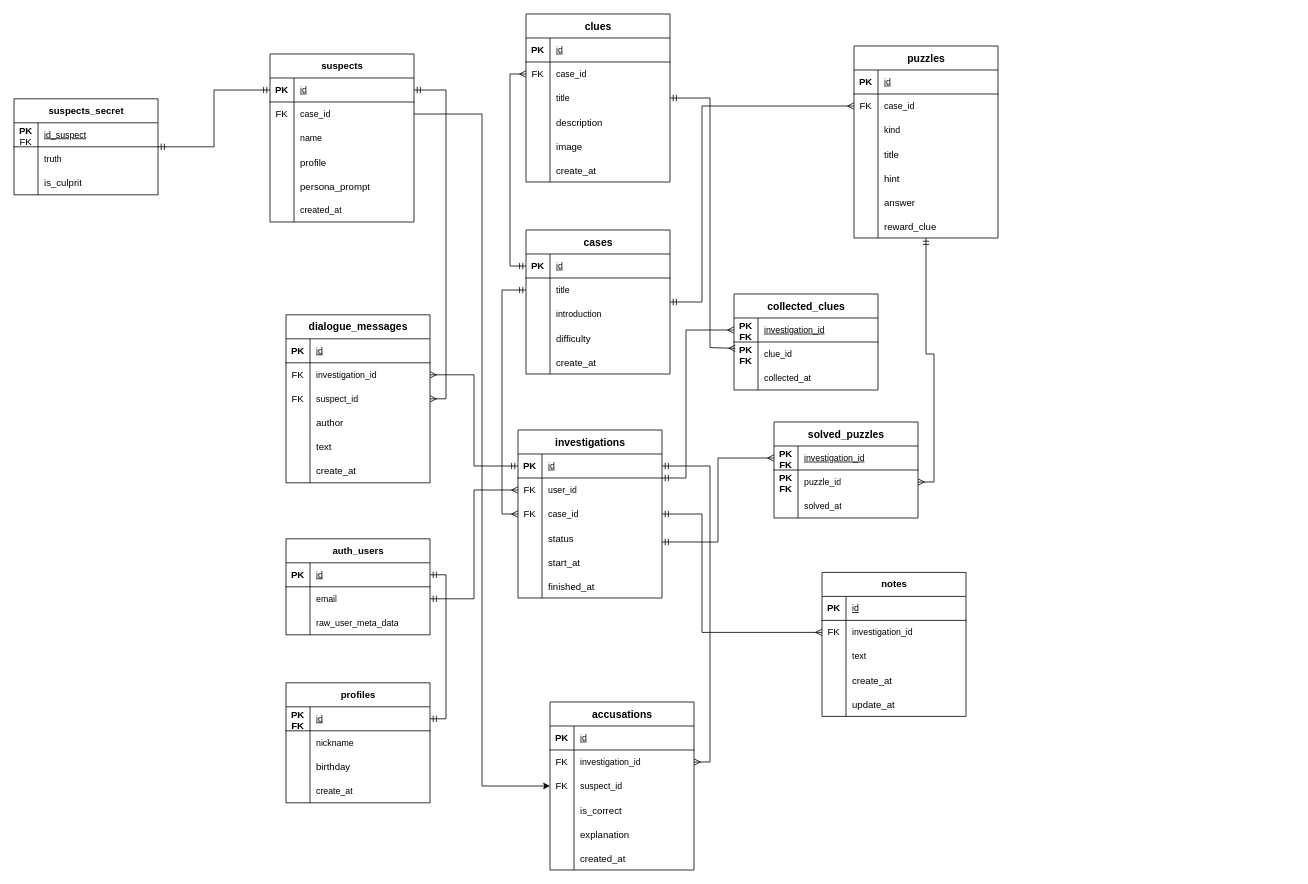
Before: Documentation/er-диаграмма для бд.drawio in rerazin-off/ColdTrail, a draw.io diagram. Source tidied: cells renumbered, new cells numbered last; positions are measured from the earlier drawing's top-left corner, leaving out a move shared by most shapes. Both pictures are drawn from the tidied source at 80%, with x=0, y=0 at pixel (14, 14).
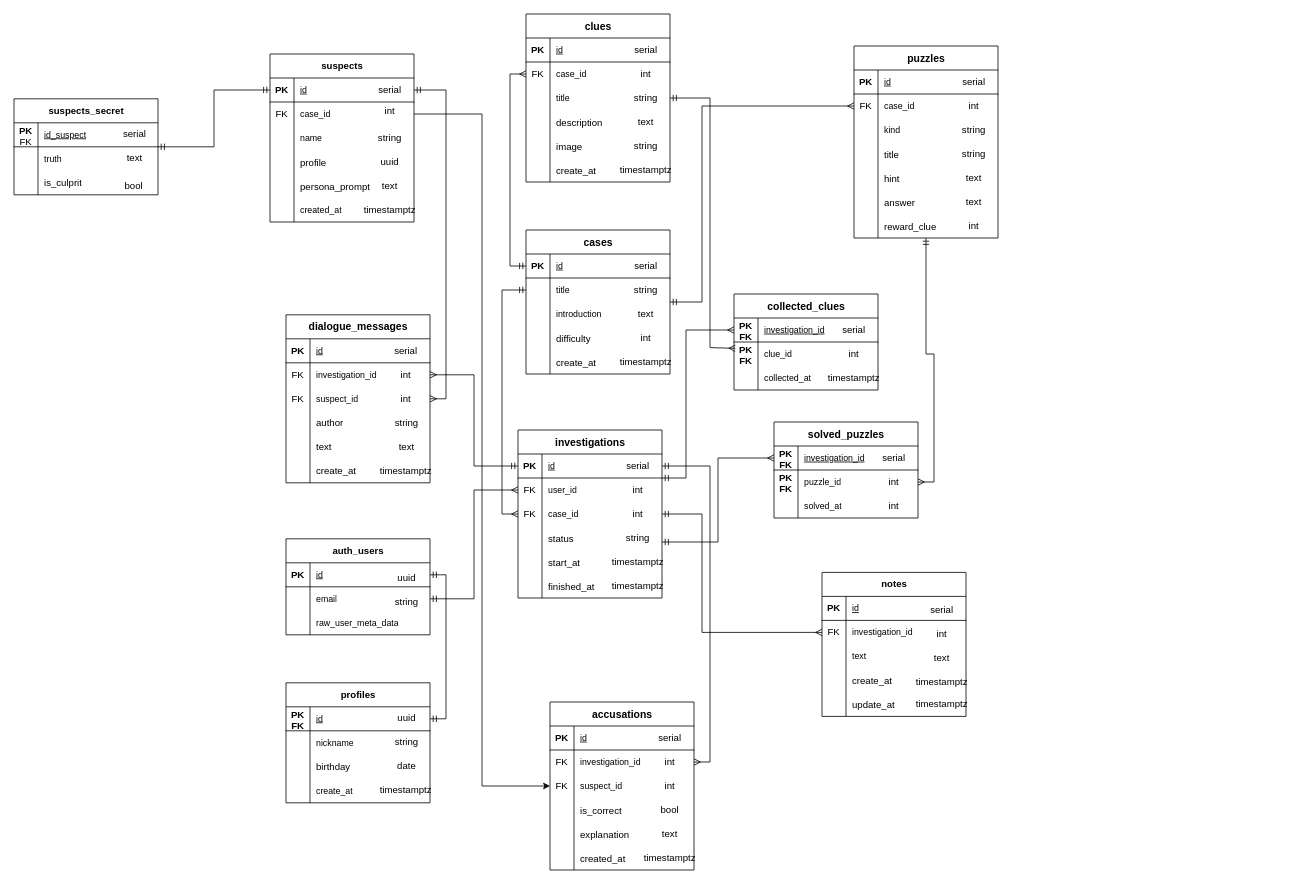
The same page after the edit.

Commit message (it also covers changes not shown here):
Fix: change er-diagram and change image er in main report

Change to the diagram source:
```diff
@@
+    <mxCell id="220" value="serial" style="text;html=1;whiteSpace=wrap;strokeColor=none;fillColor=none;align=center;verticalAlign=middle;rounded=0;" parent="1" vertex="1">
+      <mxGeometry x="121" y="135" width="60" height="30" as="geometry" />
+    </mxCell>
+    <mxCell id="221" value="serial" style="text;html=1;whiteSpace=wrap;strokeColor=none;fillColor=none;align=center;verticalAlign=middle;rounded=0;" parent="1" vertex="1">
+      <mxGeometry x="440" y="80" width="60" height="30" as="geometry" />
+    </mxCell>
+    <mxCell id="222" value="serial" style="text;html=1;whiteSpace=wrap;strokeColor=none;fillColor=none;align=center;verticalAlign=middle;rounded=0;" parent="1" vertex="1">
+      <mxGeometry x="460" y="406" width="60" height="30" as="geometry" />
+    </mxCell>
+    <mxCell id="223" value="serial" style="text;html=1;whiteSpace=wrap;strokeColor=none;fillColor=none;align=center;verticalAlign=middle;rounded=0;" parent="1" vertex="1">
+      <mxGeometry x="790" y="890" width="60" height="30" as="geometry" />
+    </mxCell>
+    <mxCell id="224" value="serial" style="text;html=1;whiteSpace=wrap;strokeColor=none;fillColor=none;align=center;verticalAlign=middle;rounded=0;" parent="1" vertex="1">
+      <mxGeometry x="750" y="550" width="60" height="30" as="geometry" />
+    </mxCell>
+    <mxCell id="225" value="serial" style="text;html=1;whiteSpace=wrap;strokeColor=none;fillColor=none;align=center;verticalAlign=middle;rounded=0;" parent="1" vertex="1">
+      <mxGeometry x="760" y="300" width="60" height="30" as="geometry" />
+    </mxCell>
+    <mxCell id="226" value="serial" style="text;html=1;whiteSpace=wrap;strokeColor=none;fillColor=none;align=center;verticalAlign=middle;rounded=0;" parent="1" vertex="1">
+      <mxGeometry x="760" y="30" width="60" height="30" as="geometry" />
+    </mxCell>
+    <mxCell id="227" value="serial" style="text;html=1;whiteSpace=wrap;strokeColor=none;fillColor=none;align=center;verticalAlign=middle;rounded=0;" parent="1" vertex="1">
+      <mxGeometry x="1170" y="70" width="60" height="30" as="geometry" />
+    </mxCell>
+    <mxCell id="228" value="serial" style="text;html=1;whiteSpace=wrap;strokeColor=none;fillColor=none;align=center;verticalAlign=middle;rounded=0;" parent="1" vertex="1">
+      <mxGeometry x="1020" y="380" width="60" height="30" as="geometry" />
+    </mxCell>
+    <mxCell id="229" value="serial" style="text;html=1;whiteSpace=wrap;strokeColor=none;fillColor=none;align=center;verticalAlign=middle;rounded=0;" parent="1" vertex="1">
+      <mxGeometry x="1070" y="540" width="60" height="30" as="geometry" />
+    </mxCell>
+    <mxCell id="230" value="serial" style="text;html=1;whiteSpace=wrap;strokeColor=none;fillColor=none;align=center;verticalAlign=middle;rounded=0;" parent="1" vertex="1">
+      <mxGeometry x="1130" y="730" width="60" height="30" as="geometry" />
+    </mxCell>
+    <mxCell id="231" value="uuid" style="text;html=1;whiteSpace=wrap;strokeColor=none;fillColor=none;align=center;verticalAlign=middle;rounded=0;" parent="1" vertex="1">
+      <mxGeometry x="461" y="865" width="60" height="30" as="geometry" />
+    </mxCell>
+    <mxCell id="232" value="uuid" style="text;html=1;whiteSpace=wrap;strokeColor=none;fillColor=none;align=center;verticalAlign=middle;rounded=0;" parent="1" vertex="1">
+      <mxGeometry x="461" y="690" width="60" height="30" as="geometry" />
+    </mxCell>
+    <mxCell id="233" value="string" style="text;html=1;whiteSpace=wrap;strokeColor=none;fillColor=none;align=center;verticalAlign=middle;rounded=0;" parent="1" vertex="1">
+      <mxGeometry x="461" y="720" width="60" height="30" as="geometry" />
+    </mxCell>
+    <mxCell id="234" value="string" style="text;html=1;whiteSpace=wrap;strokeColor=none;fillColor=none;align=center;verticalAlign=middle;rounded=0;" parent="1" vertex="1">
+      <mxGeometry x="461" y="895" width="60" height="30" as="geometry" />
+    </mxCell>
+    <mxCell id="235" value="date" style="text;html=1;whiteSpace=wrap;strokeColor=none;fillColor=none;align=center;verticalAlign=middle;rounded=0;" parent="1" vertex="1">
+      <mxGeometry x="461" y="925" width="60" height="30" as="geometry" />
+    </mxCell>
+    <mxCell id="236" value="timestamptz" style="text;html=1;whiteSpace=wrap;strokeColor=none;fillColor=none;align=center;verticalAlign=middle;rounded=0;" parent="1" vertex="1">
+      <mxGeometry x="460" y="955" width="60" height="30" as="geometry" />
+    </mxCell>
+    <mxCell id="237" value="text" style="text;html=1;whiteSpace=wrap;strokeColor=none;fillColor=none;align=center;verticalAlign=middle;rounded=0;" parent="1" vertex="1">
+      <mxGeometry x="121" y="165" width="60" height="30" as="geometry" />
+    </mxCell>
+    <mxCell id="238" value="bool" style="text;html=1;whiteSpace=wrap;strokeColor=none;fillColor=none;align=center;verticalAlign=middle;rounded=0;" parent="1" vertex="1">
+      <mxGeometry x="120" y="200" width="60" height="30" as="geometry" />
+    </mxCell>
+    <mxCell id="239" value="int" style="text;html=1;whiteSpace=wrap;strokeColor=none;fillColor=none;align=center;verticalAlign=middle;rounded=0;" parent="1" vertex="1">
+      <mxGeometry x="460" y="436" width="60" height="30" as="geometry" />
+    </mxCell>
+    <mxCell id="240" value="int" style="text;html=1;whiteSpace=wrap;strokeColor=none;fillColor=none;align=center;verticalAlign=middle;rounded=0;" parent="1" vertex="1">
+      <mxGeometry x="460" y="466" width="60" height="30" as="geometry" />
+    </mxCell>
+    <mxCell id="241" value="string" style="text;html=1;whiteSpace=wrap;strokeColor=none;fillColor=none;align=center;verticalAlign=middle;rounded=0;" parent="1" vertex="1">
+      <mxGeometry x="461" y="496" width="60" height="30" as="geometry" />
+    </mxCell>
+    <mxCell id="242" value="text" style="text;html=1;whiteSpace=wrap;strokeColor=none;fillColor=none;align=center;verticalAlign=middle;rounded=0;" parent="1" vertex="1">
+      <mxGeometry x="461" y="526" width="60" height="30" as="geometry" />
+    </mxCell>
+    <mxCell id="243" value="timestamptz" style="text;html=1;whiteSpace=wrap;strokeColor=none;fillColor=none;align=center;verticalAlign=middle;rounded=0;" parent="1" vertex="1">
+      <mxGeometry x="460" y="556" width="60" height="30" as="geometry" />
+    </mxCell>
+    <mxCell id="244" value="int" style="text;html=1;whiteSpace=wrap;strokeColor=none;fillColor=none;align=center;verticalAlign=middle;rounded=0;" parent="1" vertex="1">
+      <mxGeometry x="440" y="106" width="60" height="30" as="geometry" />
+    </mxCell>
+    <mxCell id="245" value="int" style="text;html=1;whiteSpace=wrap;strokeColor=none;fillColor=none;align=center;verticalAlign=middle;rounded=0;" parent="1" vertex="1">
+      <mxGeometry x="760" y="60" width="60" height="30" as="geometry" />
+    </mxCell>
+    <mxCell id="246" value="int" style="text;html=1;whiteSpace=wrap;strokeColor=none;fillColor=none;align=center;verticalAlign=middle;rounded=0;" parent="1" vertex="1">
+      <mxGeometry x="1170" y="100" width="60" height="30" as="geometry" />
+    </mxCell>
+    <mxCell id="247" value="int" style="text;html=1;whiteSpace=wrap;strokeColor=none;fillColor=none;align=center;verticalAlign=middle;rounded=0;" parent="1" vertex="1">
+      <mxGeometry x="1020" y="410" width="60" height="30" as="geometry" />
+    </mxCell>
+    <mxCell id="248" value="int" style="text;html=1;whiteSpace=wrap;strokeColor=none;fillColor=none;align=center;verticalAlign=middle;rounded=0;" parent="1" vertex="1">
+      <mxGeometry x="1070" y="570" width="60" height="30" as="geometry" />
+    </mxCell>
+    <mxCell id="249" value="int" style="text;html=1;whiteSpace=wrap;strokeColor=none;fillColor=none;align=center;verticalAlign=middle;rounded=0;" parent="1" vertex="1">
+      <mxGeometry x="1070" y="600" width="60" height="30" as="geometry" />
+    </mxCell>
+    <mxCell id="250" value="int" style="text;html=1;whiteSpace=wrap;strokeColor=none;fillColor=none;align=center;verticalAlign=middle;rounded=0;" parent="1" vertex="1">
+      <mxGeometry x="1130" y="760" width="60" height="30" as="geometry" />
+    </mxCell>
+    <mxCell id="251" value="int" style="text;html=1;whiteSpace=wrap;strokeColor=none;fillColor=none;align=center;verticalAlign=middle;rounded=0;" parent="1" vertex="1">
+      <mxGeometry x="790" y="920" width="60" height="30" as="geometry" />
+    </mxCell>
+    <mxCell id="252" value="int" style="text;html=1;whiteSpace=wrap;strokeColor=none;fillColor=none;align=center;verticalAlign=middle;rounded=0;" parent="1" vertex="1">
+      <mxGeometry x="790" y="950" width="60" height="30" as="geometry" />
+    </mxCell>
+    <mxCell id="253" value="string" style="text;html=1;whiteSpace=wrap;strokeColor=none;fillColor=none;align=center;verticalAlign=middle;rounded=0;" parent="1" vertex="1">
+      <mxGeometry x="440" y="140" width="60" height="30" as="geometry" />
+    </mxCell>
+    <mxCell id="254" value="uuid" style="text;html=1;whiteSpace=wrap;strokeColor=none;fillColor=none;align=center;verticalAlign=middle;rounded=0;" parent="1" vertex="1">
+      <mxGeometry x="440" y="170" width="60" height="30" as="geometry" />
+    </mxCell>
+    <mxCell id="255" value="text" style="text;html=1;whiteSpace=wrap;strokeColor=none;fillColor=none;align=center;verticalAlign=middle;rounded=0;" parent="1" vertex="1">
+      <mxGeometry x="440" y="200" width="60" height="30" as="geometry" />
+    </mxCell>
+    <mxCell id="256" value="text" style="text;html=1;whiteSpace=wrap;strokeColor=none;fillColor=none;align=center;verticalAlign=middle;rounded=0;" parent="1" vertex="1">
+      <mxGeometry x="760" y="120" width="60" height="30" as="geometry" />
+    </mxCell>
+    <mxCell id="257" value="text" style="text;html=1;whiteSpace=wrap;strokeColor=none;fillColor=none;align=center;verticalAlign=middle;rounded=0;" parent="1" vertex="1">
+      <mxGeometry x="1170" y="190" width="60" height="30" as="geometry" />
+    </mxCell>
+    <mxCell id="258" value="text" style="text;html=1;whiteSpace=wrap;strokeColor=none;fillColor=none;align=center;verticalAlign=middle;rounded=0;" parent="1" vertex="1">
+      <mxGeometry x="1170" y="220" width="60" height="30" as="geometry" />
+    </mxCell>
+    <mxCell id="259" value="text" style="text;html=1;whiteSpace=wrap;strokeColor=none;fillColor=none;align=center;verticalAlign=middle;rounded=0;" parent="1" vertex="1">
+      <mxGeometry x="1130" y="790" width="60" height="30" as="geometry" />
+    </mxCell>
+    <mxCell id="260" value="bool" style="text;html=1;whiteSpace=wrap;strokeColor=none;fillColor=none;align=center;verticalAlign=middle;rounded=0;" parent="1" vertex="1">
+      <mxGeometry x="790" y="980" width="60" height="30" as="geometry" />
+    </mxCell>
+    <mxCell id="261" value="timestamptz" style="text;html=1;whiteSpace=wrap;strokeColor=none;fillColor=none;align=center;verticalAlign=middle;rounded=0;" parent="1" vertex="1">
+      <mxGeometry x="440" y="230" width="60" height="30" as="geometry" />
+    </mxCell>
+    <mxCell id="262" value="timestamptz" style="text;html=1;whiteSpace=wrap;strokeColor=none;fillColor=none;align=center;verticalAlign=middle;rounded=0;" parent="1" vertex="1">
+      <mxGeometry x="760" y="180" width="60" height="30" as="geometry" />
+    </mxCell>
+    <mxCell id="263" value="timestamptz" style="text;html=1;whiteSpace=wrap;strokeColor=none;fillColor=none;align=center;verticalAlign=middle;rounded=0;" parent="1" vertex="1">
+      <mxGeometry x="1020" y="440" width="60" height="30" as="geometry" />
+    </mxCell>
+    <mxCell id="264" value="timestamptz" style="text;html=1;whiteSpace=wrap;strokeColor=none;fillColor=none;align=center;verticalAlign=middle;rounded=0;" parent="1" vertex="1">
+      <mxGeometry x="1130" y="820" width="60" height="30" as="geometry" />
+    </mxCell>
+    <mxCell id="265" value="timestamptz" style="text;html=1;whiteSpace=wrap;strokeColor=none;fillColor=none;align=center;verticalAlign=middle;rounded=0;" parent="1" vertex="1">
+      <mxGeometry x="1130" y="848" width="60" height="30" as="geometry" />
+    </mxCell>
+    <mxCell id="266" value="timestamptz" style="text;html=1;whiteSpace=wrap;strokeColor=none;fillColor=none;align=center;verticalAlign=middle;rounded=0;" parent="1" vertex="1">
+      <mxGeometry x="750" y="670" width="60" height="30" as="geometry" />
+    </mxCell>
+    <mxCell id="267" value="timestamptz" style="text;html=1;whiteSpace=wrap;strokeColor=none;fillColor=none;align=center;verticalAlign=middle;rounded=0;" parent="1" vertex="1">
+      <mxGeometry x="750" y="700" width="60" height="30" as="geometry" />
+    </mxCell>
+    <mxCell id="268" value="timestamptz" style="text;html=1;whiteSpace=wrap;strokeColor=none;fillColor=none;align=center;verticalAlign=middle;rounded=0;" parent="1" vertex="1">
+      <mxGeometry x="790" y="1040" width="60" height="30" as="geometry" />
+    </mxCell>
+    <mxCell id="269" value="string" style="text;html=1;whiteSpace=wrap;strokeColor=none;fillColor=none;align=center;verticalAlign=middle;rounded=0;" parent="1" vertex="1">
+      <mxGeometry x="760" y="90" width="60" height="30" as="geometry" />
+    </mxCell>
+    <mxCell id="270" value="string" style="text;html=1;whiteSpace=wrap;strokeColor=none;fillColor=none;align=center;verticalAlign=middle;rounded=0;" parent="1" vertex="1">
+      <mxGeometry x="760" y="150" width="60" height="30" as="geometry" />
+    </mxCell>
+    <mxCell id="271" value="string" style="text;html=1;whiteSpace=wrap;strokeColor=none;fillColor=none;align=center;verticalAlign=middle;rounded=0;" parent="1" vertex="1">
+      <mxGeometry x="1170" y="160" width="60" height="30" as="geometry" />
+    </mxCell>
+    <mxCell id="272" value="string" style="text;html=1;whiteSpace=wrap;strokeColor=none;fillColor=none;align=center;verticalAlign=middle;rounded=0;" parent="1" vertex="1">
+      <mxGeometry x="1170" y="130" width="60" height="30" as="geometry" />
+    </mxCell>
+    <mxCell id="273" value="string" style="text;html=1;whiteSpace=wrap;strokeColor=none;fillColor=none;align=center;verticalAlign=middle;rounded=0;" parent="1" vertex="1">
+      <mxGeometry x="750" y="640" width="60" height="30" as="geometry" />
+    </mxCell>
+    <mxCell id="274" value="string" style="text;html=1;whiteSpace=wrap;strokeColor=none;fillColor=none;align=center;verticalAlign=middle;rounded=0;" parent="1" vertex="1">
+      <mxGeometry x="760" y="330" width="60" height="30" as="geometry" />
+    </mxCell>
+    <mxCell id="275" value="timestamptz" style="text;html=1;whiteSpace=wrap;strokeColor=none;fillColor=none;align=center;verticalAlign=middle;rounded=0;" parent="1" vertex="1">
+      <mxGeometry x="760" y="420" width="60" height="30" as="geometry" />
+    </mxCell>
+    <mxCell id="276" value="int" style="text;html=1;whiteSpace=wrap;strokeColor=none;fillColor=none;align=center;verticalAlign=middle;rounded=0;" parent="1" vertex="1">
+      <mxGeometry x="750" y="580" width="60" height="30" as="geometry" />
+    </mxCell>
+    <mxCell id="277" value="int" style="text;html=1;whiteSpace=wrap;strokeColor=none;fillColor=none;align=center;verticalAlign=middle;rounded=0;" parent="1" vertex="1">
+      <mxGeometry x="750" y="610" width="60" height="30" as="geometry" />
+    </mxCell>
+    <mxCell id="278" value="int" style="text;html=1;whiteSpace=wrap;strokeColor=none;fillColor=none;align=center;verticalAlign=middle;rounded=0;" parent="1" vertex="1">
+      <mxGeometry x="1170" y="250" width="60" height="30" as="geometry" />
+    </mxCell>
+    <mxCell id="279" value="text" style="text;html=1;whiteSpace=wrap;strokeColor=none;fillColor=none;align=center;verticalAlign=middle;rounded=0;" parent="1" vertex="1">
+      <mxGeometry x="760" y="360" width="60" height="30" as="geometry" />
+    </mxCell>
+    <mxCell id="280" value="int" style="text;html=1;whiteSpace=wrap;strokeColor=none;fillColor=none;align=center;verticalAlign=middle;rounded=0;" parent="1" vertex="1">
+      <mxGeometry x="760" y="390" width="60" height="30" as="geometry" />
+    </mxCell>
+    <mxCell id="281" value="text" style="text;html=1;whiteSpace=wrap;strokeColor=none;fillColor=none;align=center;verticalAlign=middle;rounded=0;" parent="1" vertex="1">
+      <mxGeometry x="790" y="1010" width="60" height="30" as="geometry" />
+    </mxCell>
```
